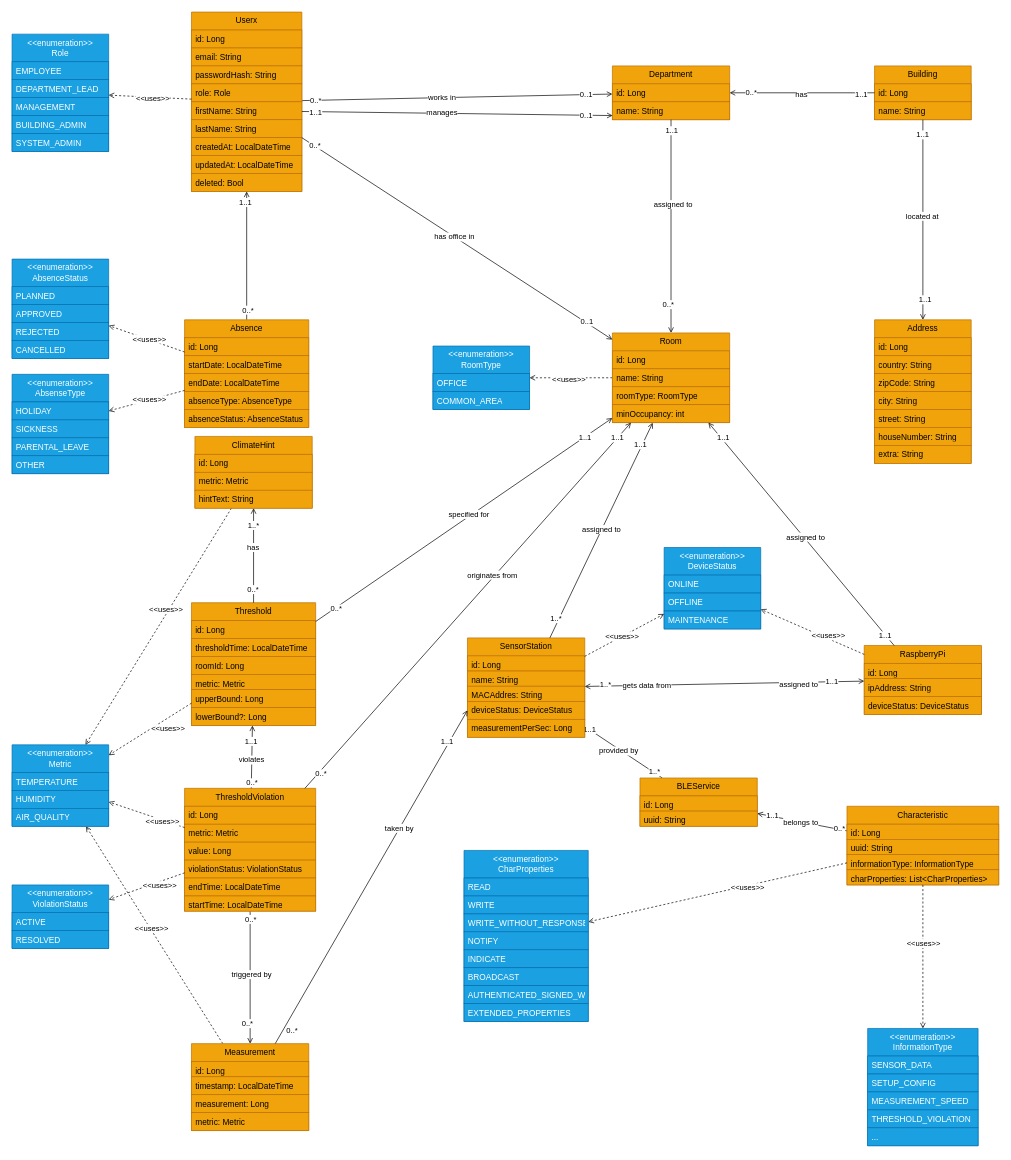
Earlier version of the draw.io diagram docs/Softwarekonzept_V2/images/climate-canary-webapp-backend .drawio (adriano-paganini/ClimateCanary). Source tidied: cells renumbered, new cells numbered last; positions are measured from the earlier drawing's top-left corner, leaving out a move shared by most shapes. Both pictures are drawn from the tidied source at 69%, with x=0, y=0 at pixel (12, 12).
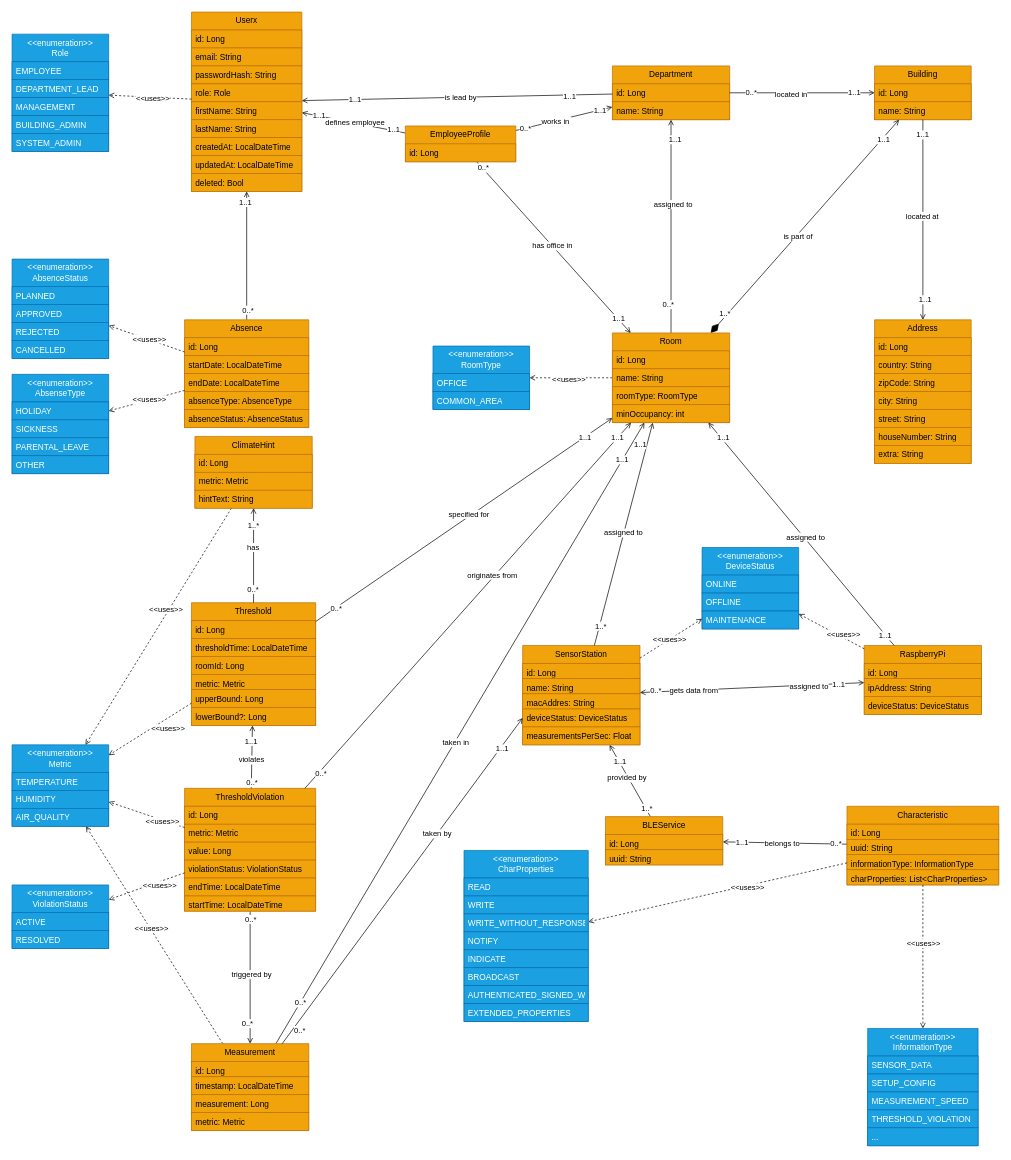
The same diagram, later.

Commit message (it also covers changes not shown here):
chore: some more small changes - noticed while preparing REST-Excel

The change refers to these unchanged cells:
```xml
<mxCell id="6" value="Userx" style="swimlane;fontStyle=0;horizontal=1;startSize=26;fillColor=#f0a30a;whiteSpace=wrap;html=1;fontColor=#000000;strokeColor=#BD7000;" parent="1" vertex="1">
  <mxGeometry x="260" width="160" height="260" as="geometry" />
</mxCell>
<mxCell id="11" value="firstName: String" style="text;strokeColor=#BD7000;fillColor=#f0a30a;align=left;verticalAlign=top;spacingLeft=4;spacingRight=4;overflow=hidden;points=[[0,0.5],[1,0.5]];portConstraint=eastwest;whiteSpace=wrap;html=1;fontColor=#000000;" parent="6" vertex="1">
  <mxGeometry y="130" width="160" height="26" as="geometry" />
</mxCell>
<mxCell id="36" value="Building" style="swimlane;fontStyle=0;horizontal=1;startSize=26;fillColor=#f0a30a;whiteSpace=wrap;html=1;fontColor=#000000;strokeColor=#BD7000;" parent="1" vertex="1">
  <mxGeometry x="1250" y="78" width="140" height="78" as="geometry" />
</mxCell>
<mxCell id="51" value="Department" style="swimlane;fontStyle=0;horizontal=1;startSize=26;fillColor=#f0a30a;whiteSpace=wrap;html=1;fontColor=#000000;strokeColor=#BD7000;" parent="1" vertex="1">
  <mxGeometry x="870" y="78" width="170" height="78" as="geometry" />
</mxCell>
<mxCell id="53" value="name: String" style="text;strokeColor=#BD7000;fillColor=#f0a30a;align=left;verticalAlign=top;spacingLeft=4;spacingRight=4;overflow=hidden;points=[[0,0.5],[1,0.5]];portConstraint=eastwest;whiteSpace=wrap;html=1;fontColor=#000000;" parent="51" vertex="1">
  <mxGeometry y="52" width="170" height="26" as="geometry" />
</mxCell>
<mxCell id="64" value="Room" style="swimlane;fontStyle=0;horizontal=1;startSize=26;fillColor=#f0a30a;whiteSpace=wrap;html=1;fontColor=#000000;strokeColor=#BD7000;" parent="1" vertex="1">
  <mxGeometry x="870" y="465" width="170" height="130" as="geometry" />
</mxCell>
<mxCell id="80" style="rounded=0;jettySize=auto;html=1;endArrow=none;endFill=0;startArrow=open;startFill=0;" parent="1" edge="1" source="84" target="186">
  <mxGeometry relative="1" as="geometry" />
</mxCell>
<mxCell id="96" value="Measurement" style="swimlane;fontStyle=0;horizontal=1;startSize=26;fillColor=#f0a30a;whiteSpace=wrap;html=1;fontColor=#000000;strokeColor=#BD7000;" parent="1" vertex="1">
  <mxGeometry x="260" y="1495" width="170" height="126" as="geometry" />
</mxCell>
<mxCell id="157" style="endArrow=open;html=1;rounded=0;startArrow=open;startFill=0;startSize=6;endFill=0;endSize=6;" parent="1" edge="1" source="84" target="69">
  <mxGeometry relative="1" as="geometry" />
</mxCell>
```

What changed in the source:
```diff
@@
-    <mxCell id="2" style="rounded=0;jettySize=auto;html=1;endArrow=open;endFill=0;" parent="1" edge="1" source="6" target="51">
-      <mxGeometry relative="1" as="geometry" />
-    </mxCell>
-    <mxCell id="3" value="works in" style="edgeLabel;html=1;align=center;verticalAlign=middle;" parent="2" vertex="1">
-      <mxGeometry x="-0.1" y="1" relative="1" as="geometry" />
-    </mxCell>
-    <mxCell id="4" value="0..1" style="edgeLabel;html=1;align=center;verticalAlign=middle;" parent="2" vertex="1">
-      <mxGeometry x="0.83" relative="1" as="geometry" />
-    </mxCell>
-    <mxCell id="5" value="0..*" style="edgeLabel;html=1;align=center;verticalAlign=middle;" parent="2" vertex="1">
-      <mxGeometry x="-0.91" relative="1" as="geometry" />
-    </mxCell>
@@
-    <mxCell id="54" style="endArrow=open;html=1;rounded=0;endFill=0;startArrow=none;startFill=0;startSize=15;endSize=6;" parent="1" edge="1" source="36" target="51">
+    <mxCell id="54" style="endArrow=none;html=1;rounded=0;endFill=0;startArrow=open;startFill=0;startSize=6;endSize=6;" parent="1" edge="1" source="36" target="51">
       <mxGeometry relative="1" as="geometry" />
     </mxCell>
     <mxCell id="55" value="1..1" style="edgeLabel;html=1;align=left;verticalAlign=bottom;" parent="54" vertex="1">
       <mxGeometry x="-1" relative="1" as="geometry">
-        <mxPoint x="-30" y="11" as="offset" />
+        <mxPoint x="-40" y="8" as="offset" />
       </mxGeometry>
     </mxCell>
@@
-    <mxCell id="57" value="has" style="edgeLabel;html=1;align=center;verticalAlign=middle;" parent="54" vertex="1">
-      <mxGeometry x="0.02" y="2" relative="1" as="geometry" />
-    </mxCell>
+    <mxCell id="221" value="located in" style="edgeLabel;html=1;align=center;verticalAlign=middle;" parent="54" vertex="1">
+      <mxGeometry x="0.16" y="2" relative="1" as="geometry" />
+    </mxCell>
-    <mxCell id="58" style="rounded=0;jettySize=auto;html=1;endArrow=none;endFill=0;startArrow=open;startFill=0;startSize=6;" parent="1" edge="1" source="64" target="51">
+    <mxCell id="58" style="rounded=0;jettySize=auto;html=1;endArrow=open;endFill=0;startArrow=none;startFill=0;startSize=6;" parent="1" edge="1" source="64" target="51">
       <mxGeometry relative="1" as="geometry" />
     </mxCell>
     <mxCell id="59" value="1..1" style="edgeLabel;html=1;align=center;verticalAlign=middle;" parent="58" vertex="1">
       <mxGeometry x="0.9" y="1" relative="1" as="geometry">
-        <mxPoint x="1" as="offset" />
+        <mxPoint x="6" y="13" as="offset" />
       </mxGeometry>
     </mxCell>
@@
+    <mxCell id="222" style="rounded=0;jettySize=auto;html=1;endArrow=open;endFill=0;startArrow=diamondThin;startFill=1;startSize=15;" parent="1" edge="1" source="64" target="36">
+      <mxGeometry relative="1" as="geometry" />
+    </mxCell>
+    <mxCell id="223" value="is part of" style="edgeLabel;html=1;align=center;verticalAlign=middle;" parent="222" vertex="1">
+      <mxGeometry x="-0.09" y="-2" relative="1" as="geometry" />
+    </mxCell>
+    <mxCell id="224" value="1..1" style="edgeLabel;html=1;align=center;verticalAlign=middle;" parent="222" vertex="1">
+      <mxGeometry x="0.82" y="-1" relative="1" as="geometry">
+        <mxPoint x="1" as="offset" />
+      </mxGeometry>
+    </mxCell>
+    <mxCell id="225" value="1..*" style="edgeLabel;html=1;align=center;verticalAlign=middle;" parent="222" vertex="1">
+      <mxGeometry x="-0.83" y="4" relative="1" as="geometry" />
+    </mxCell>
@@
     <mxCell id="82" value="1..1" style="edgeLabel;html=1;align=center;verticalAlign=middle;" parent="80" vertex="1">
-      <mxGeometry x="-0.88" relative="1" as="geometry" />
+      <mxGeometry x="-0.88" relative="1" as="geometry">
+        <mxPoint x="11" y="17" as="offset" />
+      </mxGeometry>
     </mxCell>
@@
     <mxCell id="84" value="SensorStation" style="swimlane;fontStyle=0;horizontal=1;startSize=26;fillColor=#f0a30a;whiteSpace=wrap;html=1;fontColor=#000000;strokeColor=#BD7000;" parent="1" vertex="1">
-      <mxGeometry x="660" y="907" width="170" height="144" as="geometry" />
+      <mxGeometry x="740" y="918" width="170" height="144" as="geometry" />
     </mxCell>
@@
-    <mxCell id="87" value="MACAddres: String" style="text;strokeColor=#BD7000;fillColor=#f0a30a;align=left;verticalAlign=top;spacingLeft=4;spacingRight=4;overflow=hidden;whiteSpace=wrap;html=1;fontColor=#000000;" parent="84" vertex="1">
+    <mxCell id="87" value="macAddres: String" style="text;strokeColor=#BD7000;fillColor=#f0a30a;align=left;verticalAlign=top;spacingLeft=4;spacingRight=4;overflow=hidden;whiteSpace=wrap;html=1;fontColor=#000000;" parent="84" vertex="1">
       <mxGeometry y="70" width="170" height="22" as="geometry" />
     </mxCell>
@@
-    <mxCell id="89" value="measurementPerSec: Long" style="text;strokeColor=#BD7000;fillColor=#f0a30a;align=left;verticalAlign=top;spacingLeft=4;spacingRight=4;overflow=hidden;whiteSpace=wrap;html=1;fontColor=#000000;" parent="84" vertex="1">
+    <mxCell id="89" value="measurementsPerSec: Float" style="text;strokeColor=#BD7000;fillColor=#f0a30a;align=left;verticalAlign=top;spacingLeft=4;spacingRight=4;overflow=hidden;whiteSpace=wrap;html=1;fontColor=#000000;" parent="84" vertex="1">
       <mxGeometry y="118" width="170" height="26" as="geometry" />
     </mxCell>
@@
+    <mxCell id="226" style="rounded=0;jettySize=auto;html=1;endArrow=open;endFill=0;" parent="1" edge="1" source="96" target="64">
+      <mxGeometry relative="1" as="geometry" />
+    </mxCell>
+    <mxCell id="227" value="taken in" style="edgeLabel;html=1;align=center;verticalAlign=middle;" parent="226" vertex="1">
+      <mxGeometry x="-0.03" y="-1" relative="1" as="geometry" />
+    </mxCell>
+    <mxCell id="228" value="1..1" style="edgeLabel;html=1;align=center;verticalAlign=middle;" parent="226" vertex="1">
+      <mxGeometry x="0.88" y="1" relative="1" as="geometry" />
+    </mxCell>
+    <mxCell id="229" value="0..*" style="edgeLabel;html=1;align=center;verticalAlign=middle;" parent="226" vertex="1">
+      <mxGeometry x="-0.87" relative="1" as="geometry">
+        <mxPoint y="-1" as="offset" />
+      </mxGeometry>
+    </mxCell>
@@
     <mxCell id="123" value="&lt;div&gt;&amp;lt;&amp;lt;enumeration&amp;gt;&amp;gt;&lt;/div&gt;DeviceStatus" style="swimlane;fontStyle=0;horizontal=1;startSize=40;fillColor=#1ba1e2;whiteSpace=wrap;html=1;fontColor=#ffffff;strokeColor=#006EAF;" parent="1" vertex="1">
-      <mxGeometry x="945" y="776" width="140" height="118" as="geometry" />
+      <mxGeometry x="1000" y="776" width="140" height="118" as="geometry" />
     </mxCell>
@@
-    <mxCell id="159" value="1..*" style="edgeLabel;html=1;align=center;verticalAlign=middle;" parent="157" vertex="1">
+    <mxCell id="159" value="0..*" style="edgeLabel;html=1;align=center;verticalAlign=middle;" parent="157" vertex="1">
       <mxGeometry x="-0.81" y="2" relative="1" as="geometry">
         <mxPoint x="-8" as="offset" />
       </mxGeometry>
     </mxCell>
@@
     <mxCell id="186" value="BLEService" style="swimlane;fontStyle=0;horizontal=1;startSize=26;fillColor=#f0a30a;whiteSpace=wrap;html=1;fontColor=#000000;strokeColor=#BD7000;" parent="1" vertex="1">
-      <mxGeometry x="910" y="1110" width="170" height="70" as="geometry" />
+      <mxGeometry x="860" y="1166" width="170" height="70" as="geometry" />
     </mxCell>
@@
+    <mxCell id="230" style="rounded=0;jettySize=auto;html=1;endArrow=open;endFill=0;" parent="1" edge="1" source="237" target="6">
+      <mxGeometry relative="1" as="geometry" />
+    </mxCell>
+    <mxCell id="231" value="1..1" style="edgeLabel;html=1;align=center;verticalAlign=middle;" parent="230" vertex="1">
+      <mxGeometry x="0.67" y="-1" relative="1" as="geometry" />
+    </mxCell>
+    <mxCell id="232" value="1..1" style="edgeLabel;html=1;align=center;verticalAlign=middle;" parent="230" vertex="1">
+      <mxGeometry x="-0.76" y="-2" relative="1" as="geometry" />
+    </mxCell>
+    <mxCell id="233" value="defines employee" style="edgeLabel;html=1;align=center;verticalAlign=middle;" parent="230" vertex="1">
+      <mxGeometry x="0.17" y="1" relative="1" as="geometry">
+        <mxPoint x="14" as="offset" />
+      </mxGeometry>
+    </mxCell>
+    <mxCell id="234" style="rounded=0;jettySize=auto;html=1;endArrow=open;endFill=0;" parent="1" edge="1" source="237" target="51">
+      <mxGeometry relative="1" as="geometry" />
+    </mxCell>
+    <mxCell id="235" value="1..1" style="edgeLabel;html=1;align=center;verticalAlign=middle;" parent="234" vertex="1">
+      <mxGeometry x="0.73" relative="1" as="geometry" />
+    </mxCell>
+    <mxCell id="236" value="0..*" style="edgeLabel;html=1;align=center;verticalAlign=middle;" parent="234" vertex="1">
+      <mxGeometry x="-0.91" relative="1" as="geometry">
+        <mxPoint x="8" y="-2" as="offset" />
+      </mxGeometry>
+    </mxCell>
+    <mxCell id="3" value="works in&amp;nbsp;" style="edgeLabel;html=1;align=center;verticalAlign=middle;" parent="234" vertex="1">
+      <mxGeometry x="-0.17" relative="1" as="geometry" />
+    </mxCell>
-    <mxCell id="213" style="rounded=0;jettySize=auto;html=1;endArrow=open;endFill=0;" parent="1" edge="1" source="6" target="64">
+    <mxCell id="213" style="rounded=0;jettySize=auto;html=1;endArrow=open;endFill=0;" parent="1" edge="1" source="237" target="64">
       <mxGeometry relative="1" as="geometry" />
     </mxCell>
-    <mxCell id="214" value="0..1" style="edgeLabel;html=1;align=center;verticalAlign=middle;" parent="213" vertex="1">
+    <mxCell id="214" value="1..1" style="edgeLabel;html=1;align=center;verticalAlign=middle;" parent="213" vertex="1">
       <mxGeometry x="0.83" y="1" relative="1" as="geometry" />
     </mxCell>
@@
-    <mxCell id="217" style="rounded=0;jettySize=auto;html=1;endArrow=open;endFill=0;entryX=0.002;entryY=0.769;entryDx=0;entryDy=0;entryPerimeter=0;" parent="1" edge="1" source="11" target="53">
-      <mxGeometry relative="1" as="geometry" />
-    </mxCell>
-    <mxCell id="218" value="manages" style="edgeLabel;html=1;align=center;verticalAlign=middle;" parent="217" vertex="1">
-      <mxGeometry x="-0.1" y="1" relative="1" as="geometry" />
-    </mxCell>
-    <mxCell id="219" value="0..1" style="edgeLabel;html=1;align=center;verticalAlign=middle;" parent="217" vertex="1">
-      <mxGeometry x="0.83" relative="1" as="geometry" />
-    </mxCell>
-    <mxCell id="220" value="1..1" style="edgeLabel;html=1;align=center;verticalAlign=middle;" parent="217" vertex="1">
-      <mxGeometry x="-0.91" relative="1" as="geometry" />
-    </mxCell>
+    <mxCell id="237" value="EmployeeProfile" style="swimlane;fontStyle=0;horizontal=1;startSize=26;fillColor=#f0a30a;whiteSpace=wrap;html=1;fontColor=#000000;strokeColor=#BD7000;" parent="1" vertex="1">
+      <mxGeometry x="570" y="165" width="160" height="52" as="geometry" />
+    </mxCell>
+    <mxCell id="238" value="id: Long" style="text;strokeColor=#BD7000;fillColor=#f0a30a;align=left;verticalAlign=top;spacingLeft=4;spacingRight=4;overflow=hidden;whiteSpace=wrap;html=1;fontColor=#000000;" parent="237" vertex="1">
+      <mxGeometry y="26" width="160" height="26" as="geometry" />
+    </mxCell>
+    <mxCell id="239" style="rounded=0;jettySize=auto;html=1;endArrow=open;endFill=0;" parent="1" edge="1" source="51" target="6">
+      <mxGeometry relative="1" as="geometry" />
+    </mxCell>
+    <mxCell id="240" value="1..1" style="edgeLabel;html=1;align=center;verticalAlign=middle;" parent="239" vertex="1">
+      <mxGeometry x="0.66" relative="1" as="geometry" />
+    </mxCell>
+    <mxCell id="241" value="1..1" style="edgeLabel;html=1;align=center;verticalAlign=middle;" parent="239" vertex="1">
+      <mxGeometry x="-0.72" y="2" relative="1" as="geometry" />
+    </mxCell>
+    <mxCell id="242" value="is lead by" style="edgeLabel;html=1;align=center;verticalAlign=middle;" parent="239" vertex="1">
+      <mxGeometry x="-0.02" relative="1" as="geometry" />
+    </mxCell>
```
